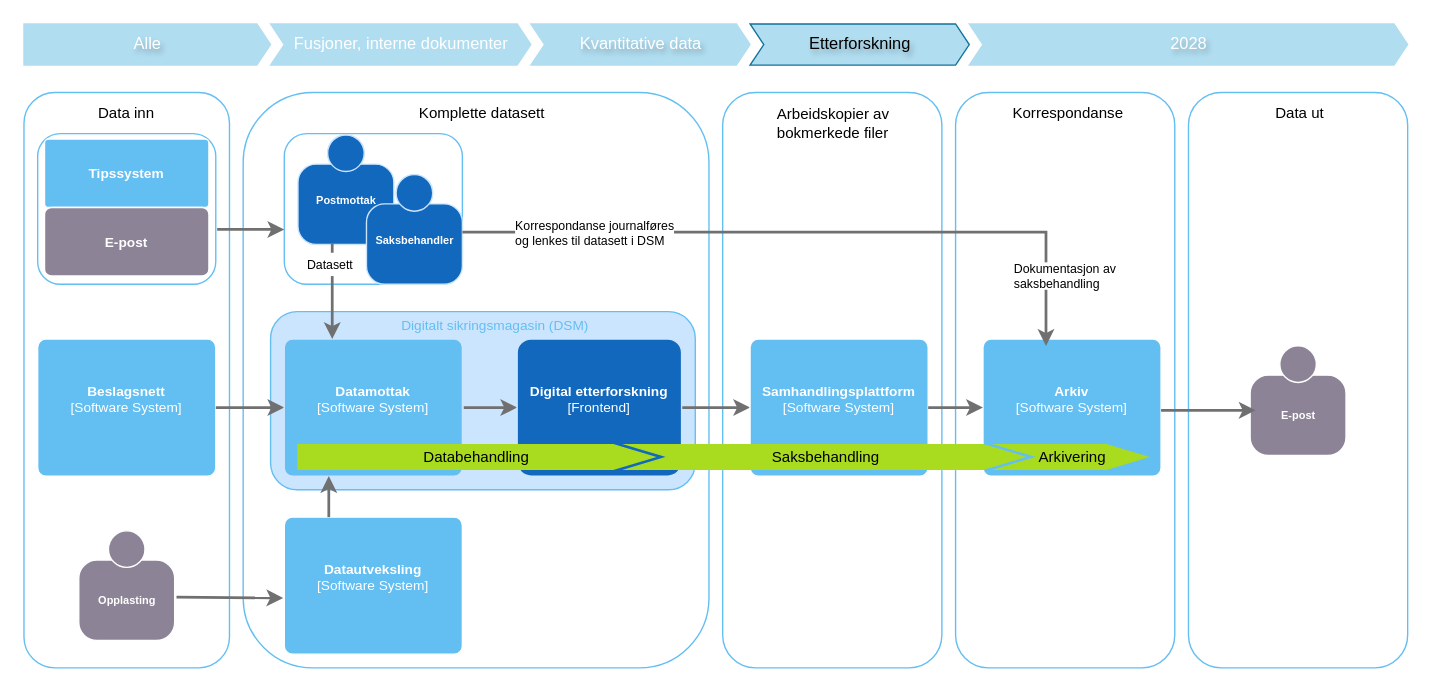
The draw.io diagram page "2026 Etterforskning" (5 of 9) of dataflyt.drawio in mortenee/draw.io, before the edit. Source tidied: cells renumbered, new cells numbered last; positions are measured from the earlier drawing's top-left corner, leaving out a move shared by most shapes. Both pictures are drawn from the tidied source at 137%, with x=0, y=0 at pixel (23, 23).
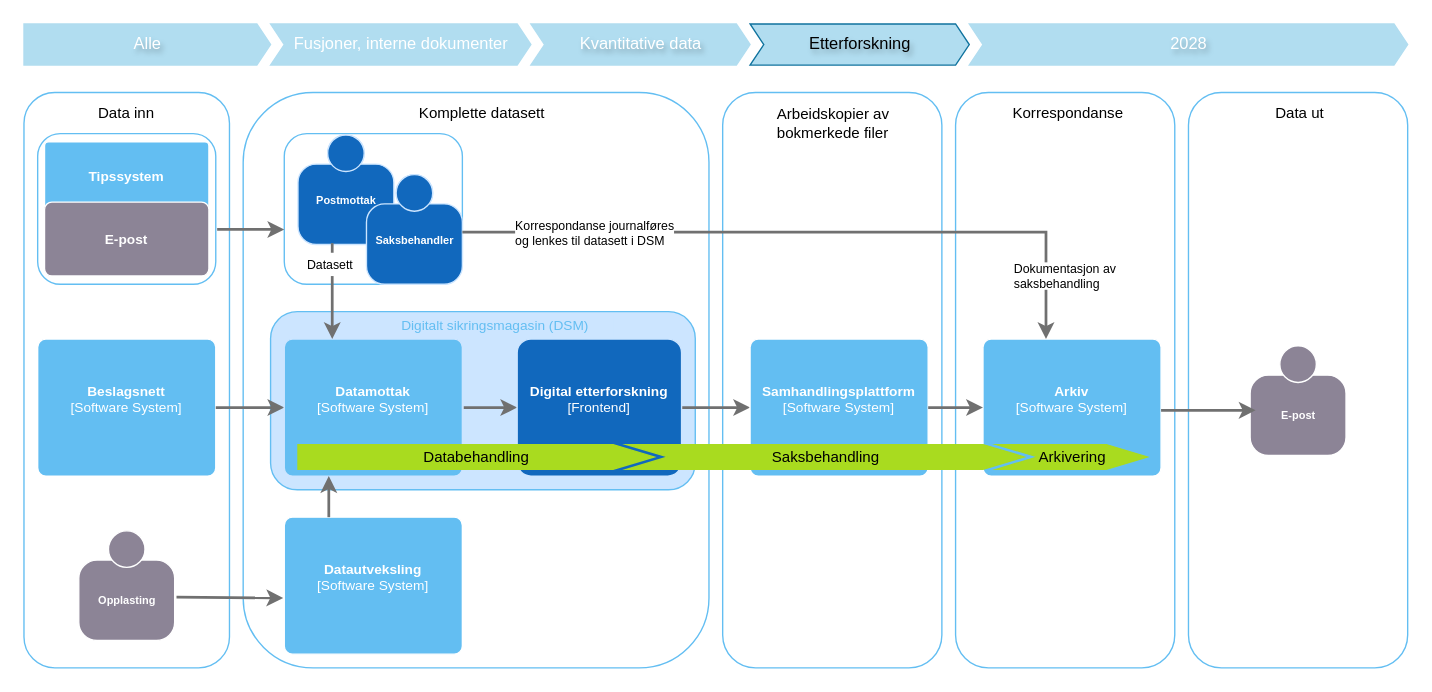
The same page after the edit.

Change to the diagram source:
```diff
@@
     <object id="44" label="&lt;b&gt;%c4Name%&lt;/b&gt;&lt;div&gt;%c4Description%&lt;/div&gt;" c4Description="" c4Name="Tipssystem" placeholders="1">
       <mxCell style="rounded=1;whiteSpace=wrap;html=1;labelBackgroundColor=none;fillColor=#63BEF2;fontColor=#ffffff;align=center;arcSize=6;strokeColor=#FFFFFF;spacingBottom=0;fontSize=10;verticalAlign=middle;fontFamily=Helvetica;" parent="1" vertex="1">
-        <mxGeometry x="15" y="84" width="120" height="50" as="geometry" />
+        <mxGeometry x="15" y="86" width="120" height="50" as="geometry" />
       </mxCell>
     </object>
     <object id="45" label="&lt;b&gt;%c4Name%&lt;/b&gt;&lt;div&gt;%c4Description%&lt;/div&gt;" c4Description="" c4Name="E-post" placeholders="1">
       <mxCell style="rounded=1;whiteSpace=wrap;html=1;labelBackgroundColor=none;fillColor=#8C8496;fontColor=#ffffff;align=center;arcSize=10;strokeColor=#FFFFFF;spacingBottom=0;fontSize=10;" parent="1" vertex="1">
-        <mxGeometry x="15" y="134" width="120" height="50" as="geometry" />
+        <mxGeometry x="15" y="130" width="120" height="54" as="geometry" />
       </mxCell>
     </object>
-    <mxCell id="46" style="edgeStyle=orthogonalEdgeStyle;rounded=0;orthogonalLoop=1;jettySize=auto;html=1;strokeColor=#707070;strokeWidth=2;fontColor=#707070;exitX=0.986;exitY=0.625;exitDx=0;exitDy=0;exitPerimeter=0;entryX=0.346;entryY=0.03;entryDx=0;entryDy=0;entryPerimeter=0;" parent="1" edge="1">
+    <mxCell id="46" style="edgeStyle=orthogonalEdgeStyle;rounded=0;orthogonalLoop=1;jettySize=auto;html=1;strokeColor=#707070;strokeWidth=2;fontColor=#707070;exitX=0.986;exitY=0.625;exitDx=0;exitDy=0;exitPerimeter=0;" parent="1" edge="1">
       <mxGeometry relative="1" as="geometry">
         <mxPoint x="320" y="152" as="sourcePoint" />
-        <mxPoint x="746" y="235" as="targetPoint" />
+        <mxPoint x="746" y="230" as="targetPoint" />
         <Array as="points">
           <mxPoint x="746" y="152" />
         </Array>
       </mxGeometry>
     </mxCell>
```
